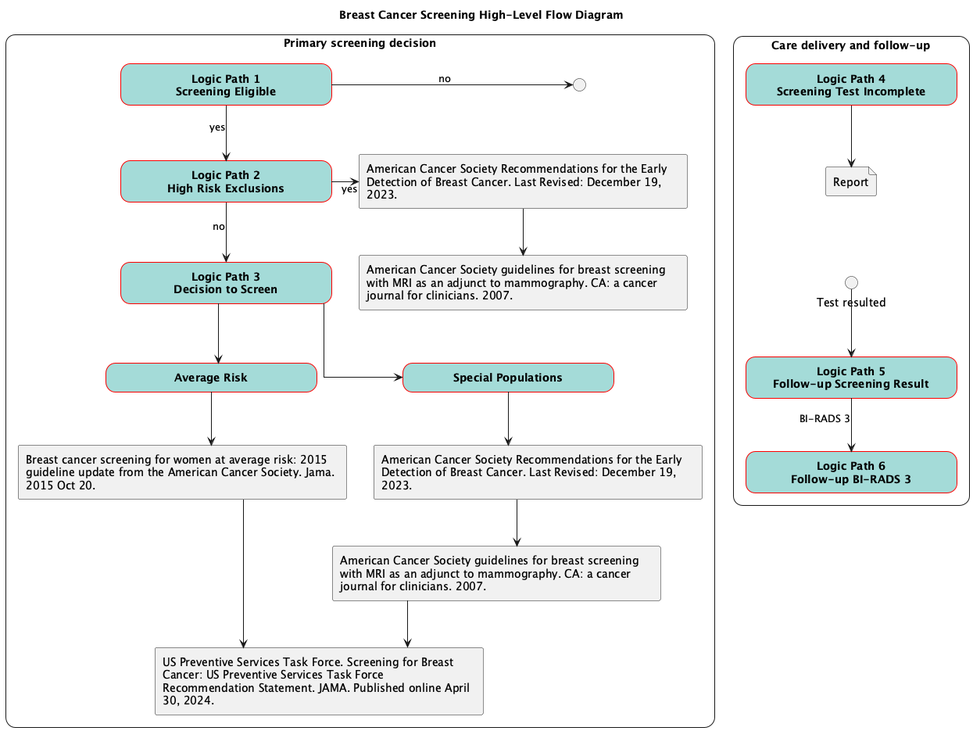
This is images/flow-HighLevel.png from ccsm-cds-tools/CDC-Breast-Cancer-Screening-CDS-L2, a PlantUML export, as it was before one commit.
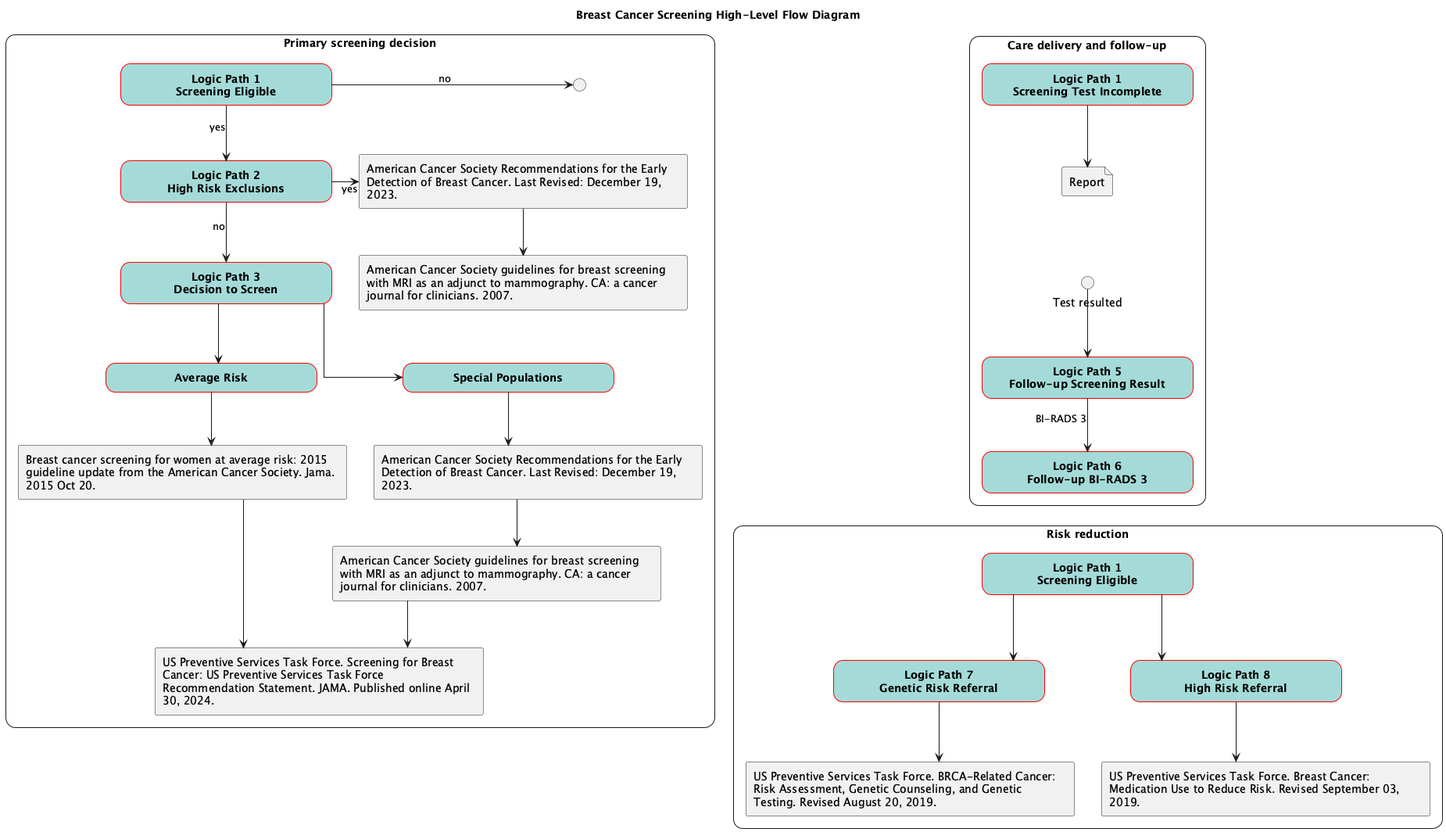
The same diagram one commit later.

Diff of the diagram source:
```diff
@@ -54,7 +54,7 @@
     acs_avg_ref-->uspstf_ref
 }
 rectangle "Care delivery and follow-up" <<main>> {
-    rectangle "Logic Path 4\nScreening Test Incomplete" <<roundbox>> as path_4
+    rectangle "Logic Path 1\nScreening Test Incomplete" <<roundbox>> as path_4
     rectangle "Logic Path 5\nFollow-up Screening Result" <<roundbox>> as path_5
     rectangle "Logic Path 6\nFollow-up BI-RADS 3" <<roundbox>> as path_6
     circle "Test resulted" as start_path_5
@@ -64,4 +64,16 @@
     start_path_5-->path_5
     path_5-->path_6: BI-RADS 3
 }
+rectangle "Risk reduction" <<main>> {
+    rectangle "Logic Path 1\nScreening Eligible" <<roundbox>> as path_1_2
+    rectangle "Logic Path 7\nGenetic Risk Referral" <<roundbox>> as path_7
+    rectangle "Logic Path 8\nHigh Risk Referral" <<roundbox>> as path_8
+    rectangle "US Preventive Services Task Force. BRCA-Related Cancer: Risk Assessment, Genetic Counseling, and Genetic Testing. Revised August 20, 2019." <<citation>> as uspstf_gen_ref
+    rectangle "US Preventive Services Task Force. Breast Cancer: Medication Use to Reduce Risk. Revised September 03, 2019." <<citation>> as uspstf_med_ref
+    path_1_2-->path_7
+    path_1_2-->path_8
+    path_7-down->uspstf_gen_ref
+    path_8-down->uspstf_med_ref
+}
+path_6-[hidden]->path_1_2
 @enduml
```
